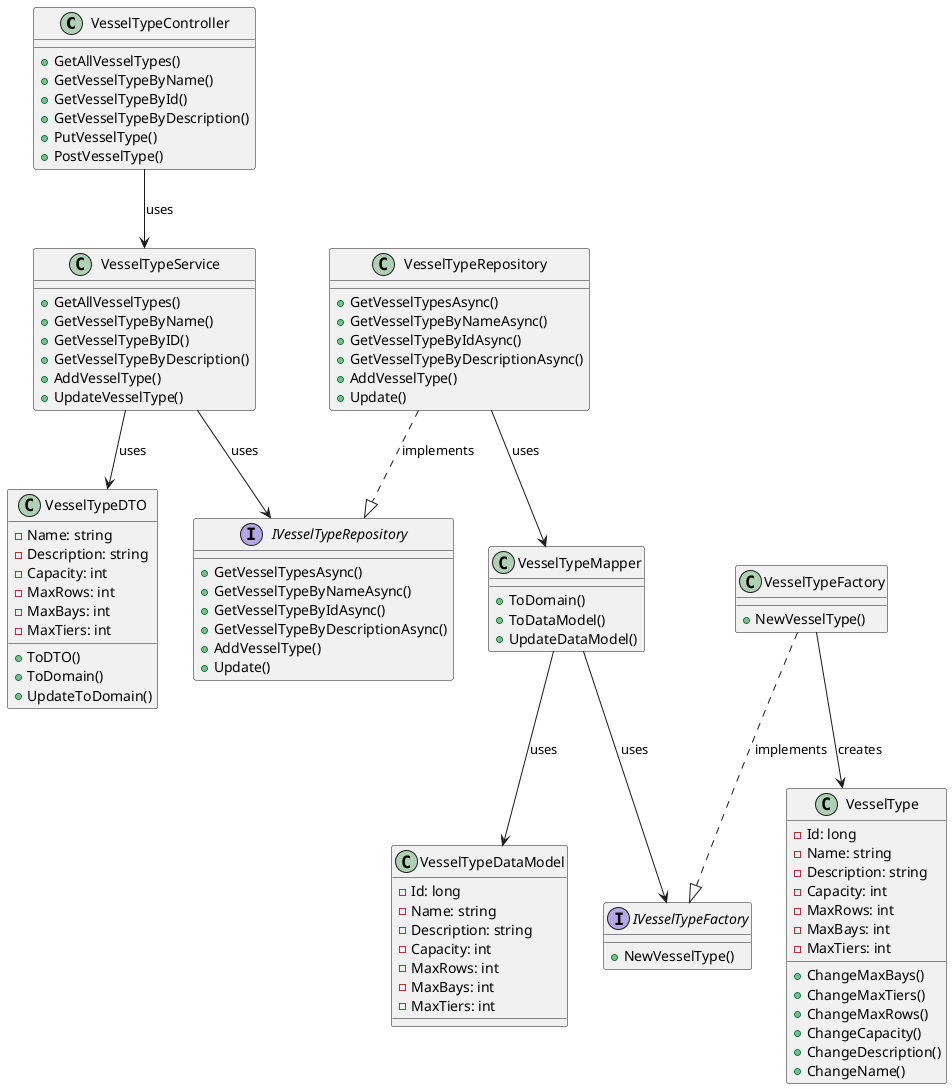
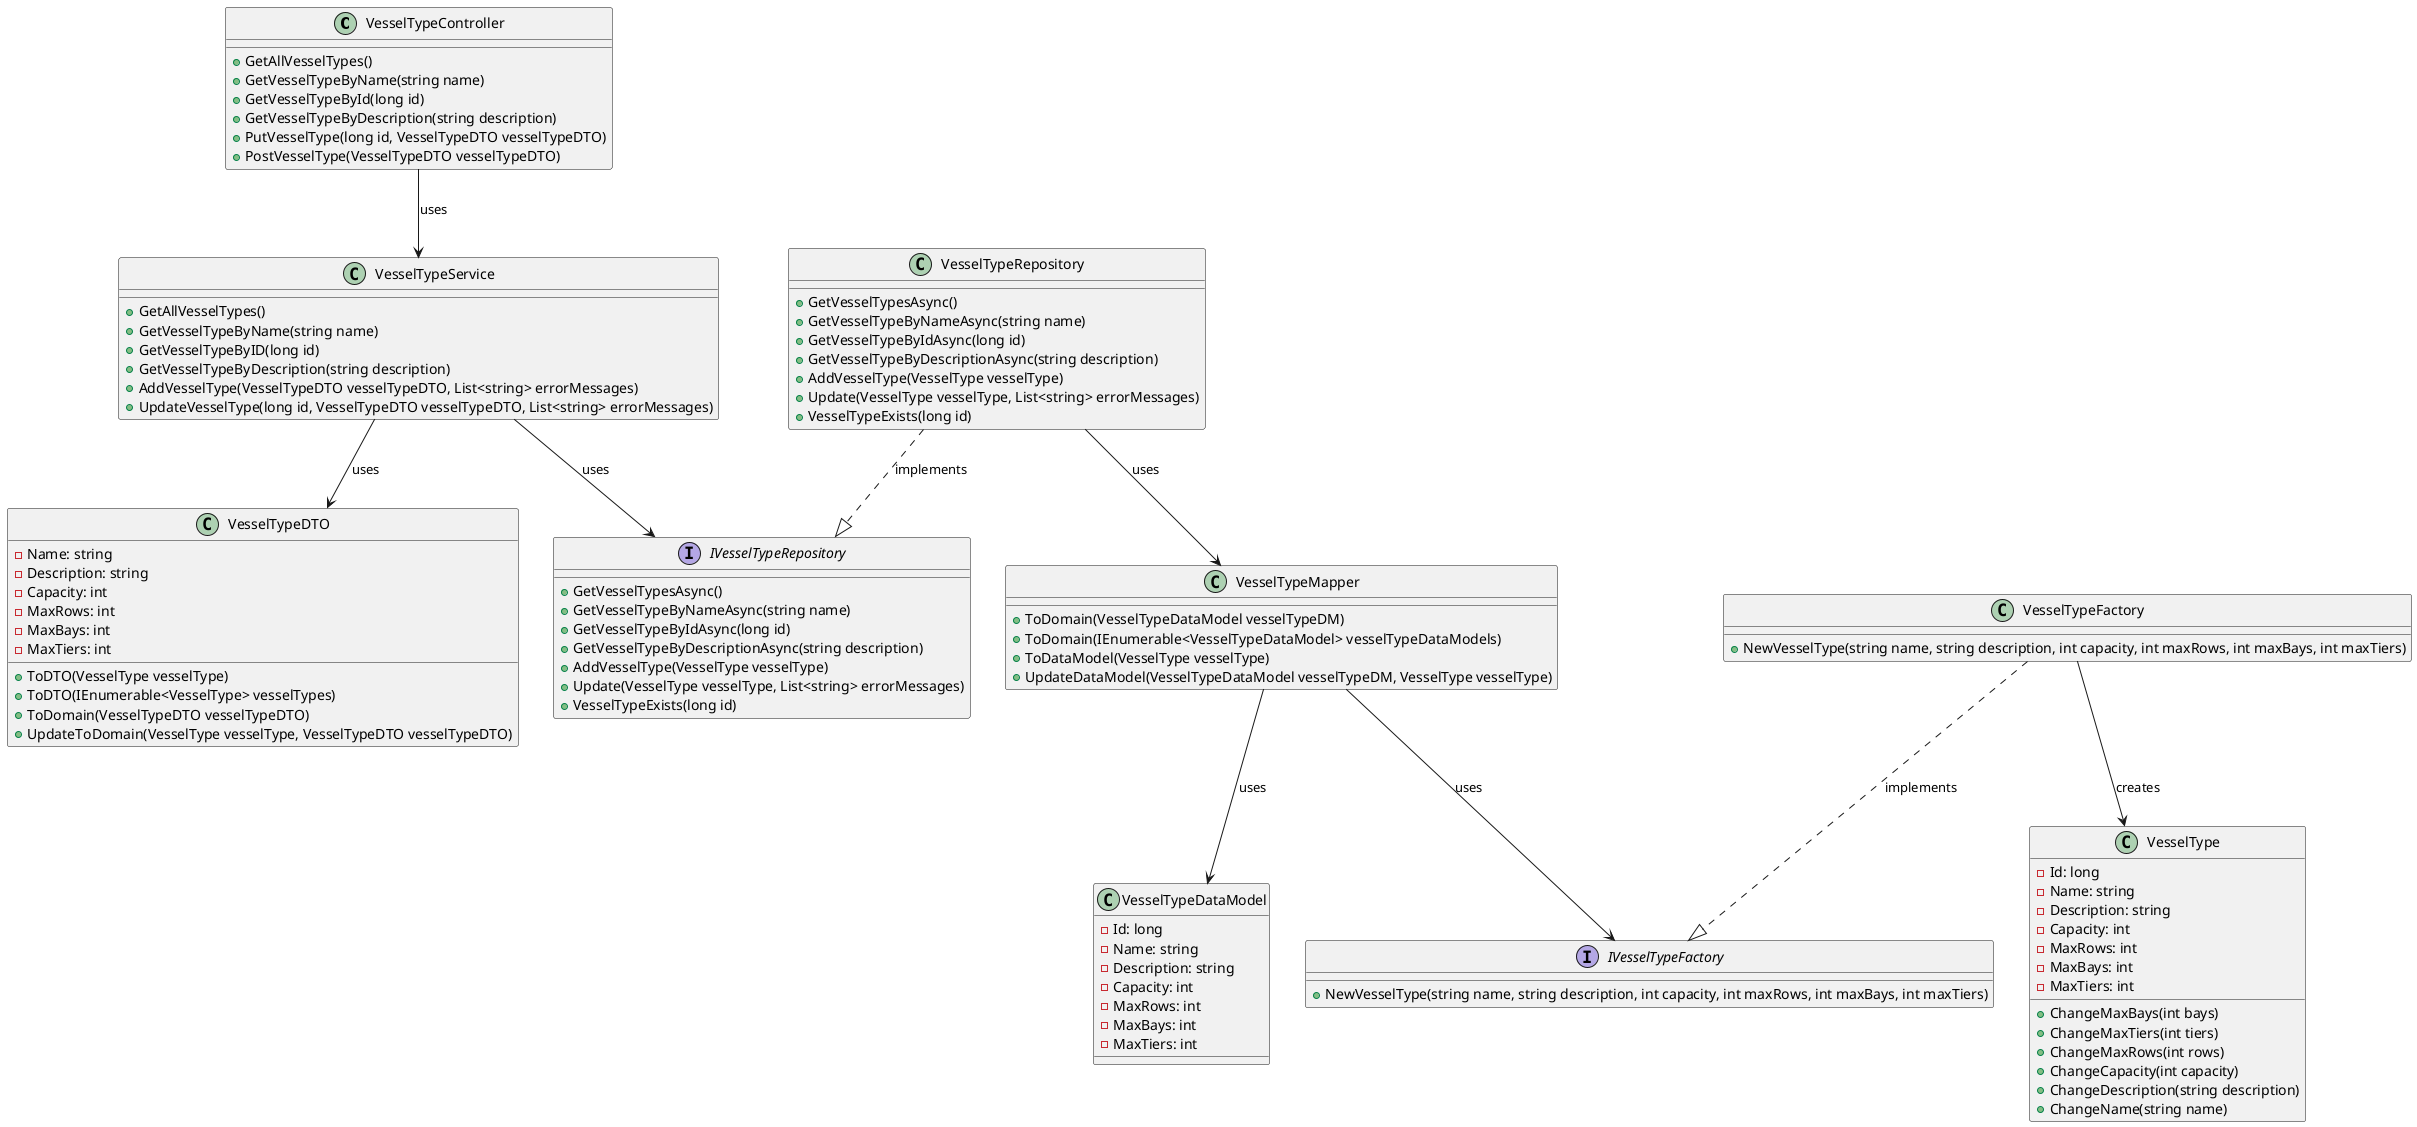
@startuml VesselTypeCode


class VesselTypeController {
	+GetAllVesselTypes()
- 	+GetVesselTypeByName()
- 	+GetVesselTypeById()
- 	+GetVesselTypeByDescription()
- 	+PutVesselType()
- 	+PostVesselType()
+ 	+GetVesselTypeByName(string name)
+ 	+GetVesselTypeById(long id)
+ 	+GetVesselTypeByDescription(string description)
+ 	+PutVesselType(long id, VesselTypeDTO vesselTypeDTO)
+ 	+PostVesselType(VesselTypeDTO vesselTypeDTO)
}
class VesselTypeService {
	+GetAllVesselTypes()
- 	+GetVesselTypeByName()
- 	+GetVesselTypeByID()
- 	+GetVesselTypeByDescription()
- 	+AddVesselType()
- 	+UpdateVesselType()
+ 	+GetVesselTypeByName(string name)
+ 	+GetVesselTypeByID(long id)
+ 	+GetVesselTypeByDescription(string description)
+ 	+AddVesselType(VesselTypeDTO vesselTypeDTO, List<string> errorMessages)
+ 	+UpdateVesselType(long id, VesselTypeDTO vesselTypeDTO, List<string> errorMessages)
}

class VesselTypeDTO{
    -Name: string
    -Description: string
    -Capacity: int
    -MaxRows: int
    -MaxBays: int
    -MaxTiers: int
-     +ToDTO()
-     +ToDomain()
-     +UpdateToDomain()
+     +ToDTO(VesselType vesselType)
+     +ToDTO(IEnumerable<VesselType> vesselTypes)
+     +ToDomain(VesselTypeDTO vesselTypeDTO)
+     +UpdateToDomain(VesselType vesselType, VesselTypeDTO vesselTypeDTO)
}


interface IVesselTypeRepository{
    +GetVesselTypesAsync()
-     +GetVesselTypeByNameAsync()
-     +GetVesselTypeByIdAsync()
-     +GetVesselTypeByDescriptionAsync()
-     +AddVesselType()
-     +Update()
+     +GetVesselTypeByNameAsync(string name)
+     +GetVesselTypeByIdAsync(long id)
+     +GetVesselTypeByDescriptionAsync(string description)
+     +AddVesselType(VesselType vesselType)
+     +Update(VesselType vesselType, List<string> errorMessages)
+     +VesselTypeExists(long id)
}

class VesselTypeRepository{
    +GetVesselTypesAsync()
-     +GetVesselTypeByNameAsync()
-     +GetVesselTypeByIdAsync()
-     +GetVesselTypeByDescriptionAsync()
-     +AddVesselType()
-     +Update()
+     +GetVesselTypeByNameAsync(string name)
+     +GetVesselTypeByIdAsync(long id)
+     +GetVesselTypeByDescriptionAsync(string description)
+     +AddVesselType(VesselType vesselType)
+     +Update(VesselType vesselType, List<string> errorMessages)
+     +VesselTypeExists(long id)
}


class VesselType{
    -Id: long
    -Name: string
    -Description: string
    -Capacity: int
    -MaxRows: int
    -MaxBays: int
    -MaxTiers: int
-     +ChangeMaxBays()
-     +ChangeMaxTiers()
-     +ChangeMaxRows()
-     +ChangeCapacity()
-     +ChangeDescription()
-     +ChangeName()
+     +ChangeMaxBays(int bays)
+     +ChangeMaxTiers(int tiers)
+     +ChangeMaxRows(int rows)
+     +ChangeCapacity(int capacity)
+     +ChangeDescription(string description)
+     +ChangeName(string name)

}

class VesselTypeMapper{
-     +ToDomain()
-     +ToDataModel()
-     +UpdateDataModel()
+     +ToDomain(VesselTypeDataModel vesselTypeDM)
+     +ToDomain(IEnumerable<VesselTypeDataModel> vesselTypeDataModels)
+     +ToDataModel(VesselType vesselType)
+     +UpdateDataModel(VesselTypeDataModel vesselTypeDM, VesselType vesselType)
}

interface IVesselTypeFactory{
-     +NewVesselType()
+     +NewVesselType(string name, string description, int capacity, int maxRows, int maxBays, int maxTiers)
}

class VesselTypeDataModel{
    -Id: long
    -Name: string
    -Description: string
    -Capacity: int
    -MaxRows: int
    -MaxBays: int
    -MaxTiers: int
}

class VesselTypeFactory{
-     +NewVesselType()
+     +NewVesselType(string name, string description, int capacity, int maxRows, int maxBays, int maxTiers)
}


VesselTypeController --> VesselTypeService: uses
VesselTypeService --> IVesselTypeRepository: uses
VesselTypeService --> VesselTypeDTO: uses

VesselTypeRepository --> VesselTypeMapper: uses
VesselTypeMapper --> VesselTypeDataModel : uses
VesselTypeMapper --> IVesselTypeFactory : uses
VesselTypeFactory --> VesselType: creates


VesselTypeFactory ..|> IVesselTypeFactory : implements

VesselTypeRepository ..|> IVesselTypeRepository : implements

@enduml